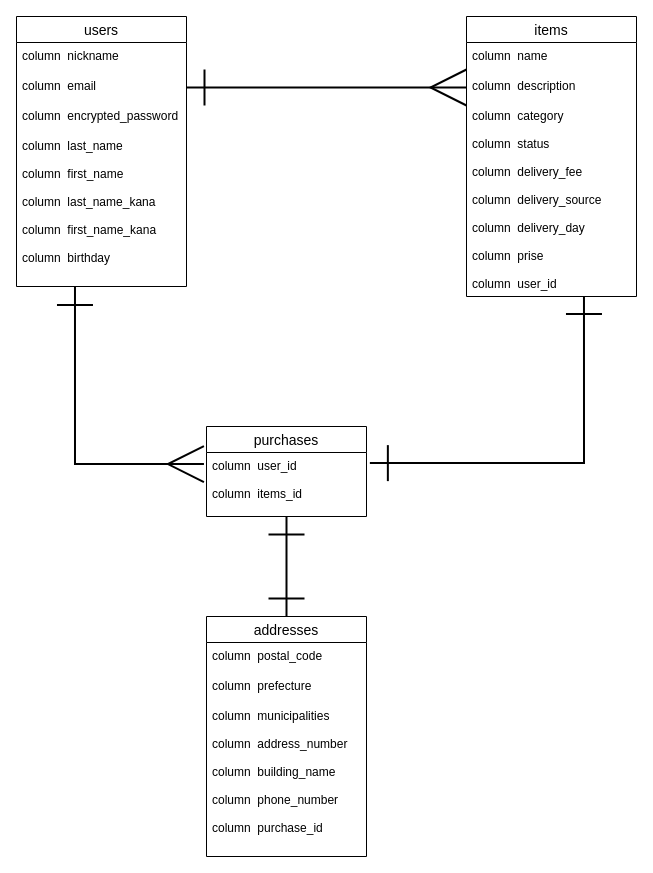
Earlier version of the draw.io diagram ER.dio (yuyajam1313/furima-34408). Source tidied: cells renumbered, new cells numbered last; positions are measured from the earlier drawing's top-left corner, leaving out a move shared by most shapes. Both pictures are drawn from the tidied source at 100%, with x=0, y=0 at pixel (16, 16).
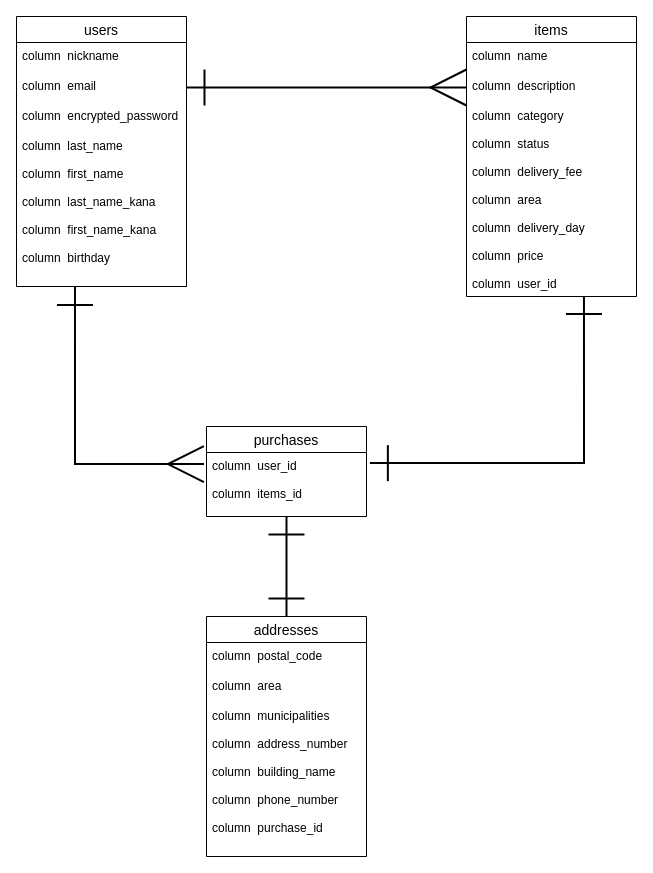
The same diagram, later.

Commit message (it also covers changes not shown here):
6回目の修正

Unchanged cells that the change refers to:
```xml
<mxCell id="5" value="items" style="swimlane;fontStyle=0;horizontal=1;startSize=26;align=center;fontSize=14;" parent="1" vertex="1">
  <mxGeometry x="450" width="170" height="280" as="geometry" />
</mxCell>
<mxCell id="17" value="addresses" style="swimlane;fontStyle=0;horizontal=1;startSize=26;align=center;fontSize=14;" parent="1" vertex="1">
  <mxGeometry x="190" y="600" width="160" height="240" as="geometry" />
</mxCell>
```

Diff of the diagram source:
```diff
@@
-    <mxCell id="8" value="column  category&#10;&#10;column  status&#10;&#10;column  delivery_fee&#10;&#10;column  delivery_source&#10;&#10;column  delivery_day&#10;&#10;column  prise&#10;&#10;column  user_id" style="text;strokeColor=none;fillColor=none;spacingLeft=4;spacingRight=4;overflow=hidden;points=[[0,0.5],[1,0.5]];portConstraint=eastwest;fontSize=12;" parent="5" vertex="1">
+    <mxCell id="8" value="column  category&#10;&#10;column  status&#10;&#10;column  delivery_fee&#10;&#10;column  area&#10;&#10;column  delivery_day&#10;&#10;column  price&#10;&#10;column  user_id" style="text;strokeColor=none;fillColor=none;spacingLeft=4;spacingRight=4;overflow=hidden;points=[[0,0.5],[1,0.5]];portConstraint=eastwest;fontSize=12;" parent="5" vertex="1">
       <mxGeometry y="86" width="170" height="194" as="geometry" />
     </mxCell>
@@
-    <mxCell id="19" value="column  prefecture" style="text;strokeColor=none;fillColor=none;spacingLeft=4;spacingRight=4;overflow=hidden;fontSize=12;" parent="17" vertex="1">
+    <mxCell id="19" value="column  area" style="text;strokeColor=none;fillColor=none;spacingLeft=4;spacingRight=4;overflow=hidden;fontSize=12;" parent="17" vertex="1">
       <mxGeometry y="56" width="160" height="30" as="geometry" />
     </mxCell>
```
